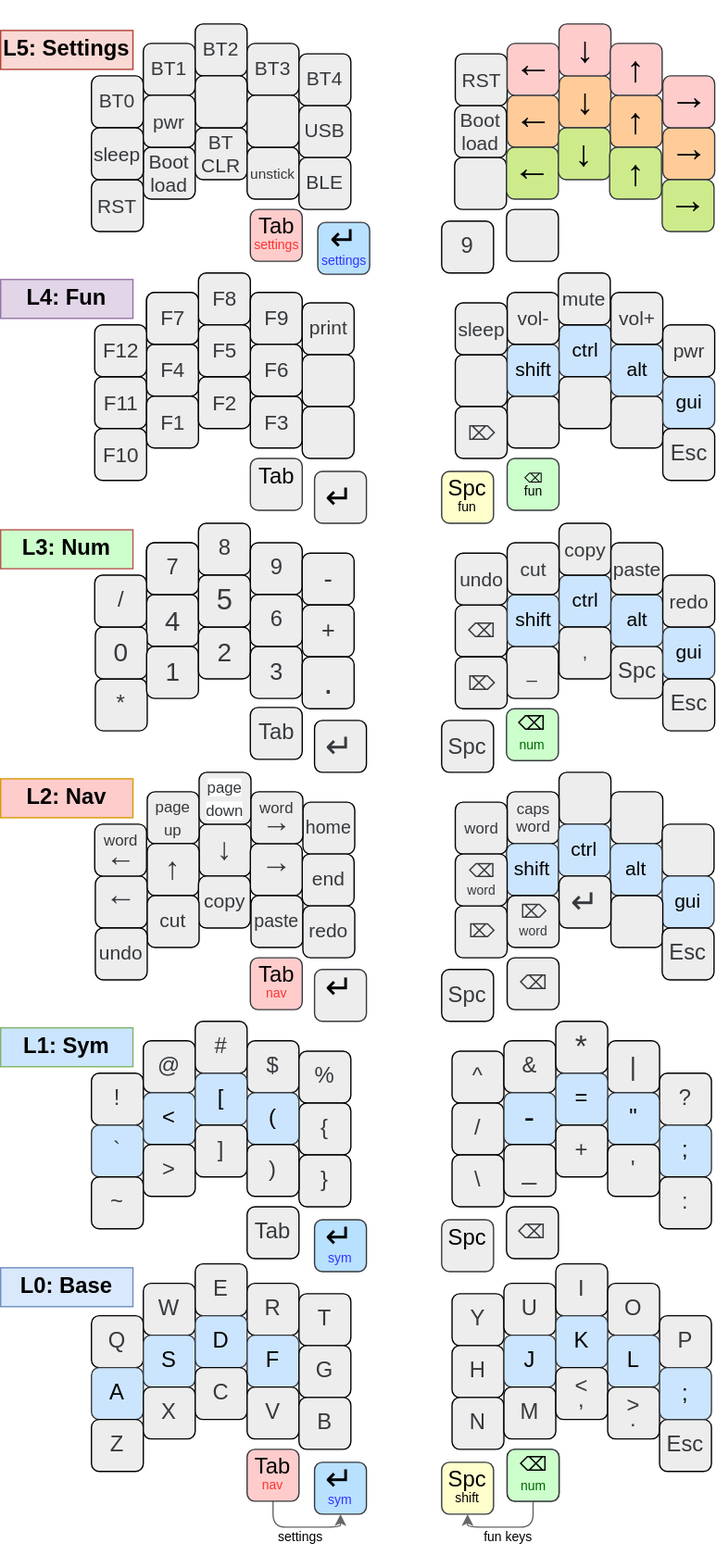
This is images/Keymap.drawio.svg from glenn20/zmk-sweep, a draw.io export, as it was before one commit. Source tidied: cells renumbered, new cells last; positions are measured from the earlier drawing's top-left corner, leaving out a move shared by most shapes.
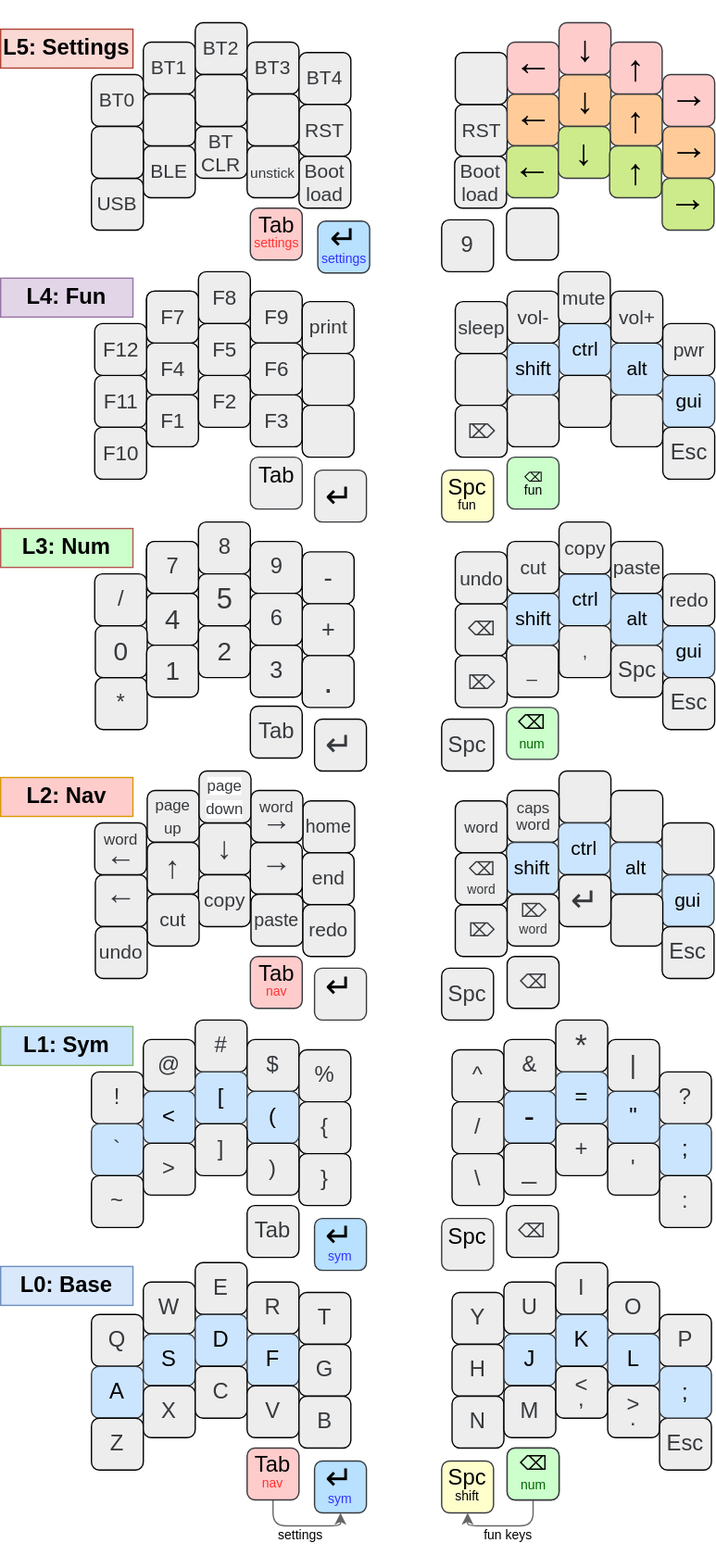
The same file after the commit.

Commit message:
Changes to settings layer so left and right sides more consistent.

Also remove some uinused macros and behaviours.

What changed in the source:
```diff
@@ -281,10 +281,10 @@
       <mxGeometry x="230" y="23" width="40" height="40" as="geometry" />
     </mxCell>
     <mxCell id="93" value="RST" style="whiteSpace=wrap;html=1;fontSize=15;fontFamily=Helvetica;fontStyle=0;fillColor=#EDEDED;strokeColor=#000000;fontColor=#36393D;rounded=1;" parent="1" vertex="1">
-      <mxGeometry x="70" y="120" width="40" height="40" as="geometry" />
+      <mxGeometry x="230" y="63" width="40" height="40" as="geometry" />
     </mxCell>
     <mxCell id="94" value="&lt;font style=&quot;font-size: 15px;&quot;&gt;Boot&lt;br style=&quot;font-size: 15px;&quot;&gt;load&lt;/font&gt;" style="whiteSpace=wrap;html=1;fontSize=15;fontFamily=Helvetica;fontStyle=0;fontColor=#36393D;fillColor=#EDEDED;rounded=1;strokeColor=#000000;" parent="1" vertex="1">
-      <mxGeometry x="110" y="95" width="40" height="40" as="geometry" />
+      <mxGeometry x="230" y="103" width="40" height="40" as="geometry" />
     </mxCell>
     <mxCell id="95" value="&lt;font style=&quot;font-size: 15px;&quot;&gt;BT CLR&lt;/font&gt;" style="whiteSpace=wrap;html=1;fontSize=15;fontFamily=Helvetica;fontStyle=0;fontColor=#36393D;fillColor=#EDEDED;rounded=1;strokeColor=#000000;" parent="1" vertex="1">
       <mxGeometry x="150" y="80" width="40" height="40" as="geometry" />
@@ -293,10 +293,10 @@
       <mxGeometry x="190" y="95" width="40" height="40" as="geometry" />
     </mxCell>
     <mxCell id="97" value="RST" style="whiteSpace=wrap;html=1;fontSize=15;fontFamily=Helvetica;fontStyle=0;fontColor=#36393D;fillColor=#EDEDED;rounded=1;strokeColor=#000000;" parent="1" vertex="1">
-      <mxGeometry x="350.5" y="23" width="40" height="40" as="geometry" />
+      <mxGeometry x="350.5" y="63" width="40" height="40" as="geometry" />
     </mxCell>
     <mxCell id="98" value="&lt;font style=&quot;font-size: 15px;&quot;&gt;Boot load&lt;/font&gt;" style="whiteSpace=wrap;html=1;fontSize=15;fontFamily=Helvetica;fontStyle=0;fontColor=#36393D;fillColor=#EDEDED;rounded=1;strokeColor=#000000;" parent="1" vertex="1">
-      <mxGeometry x="350" y="63" width="40" height="40" as="geometry" />
+      <mxGeometry x="350" y="103" width="40" height="40" as="geometry" />
     </mxCell>
     <mxCell id="99" value="9" style="whiteSpace=wrap;html=1;rotation=0;fontSize=17;fontFamily=Helvetica;fontStyle=0;fontColor=#36393D;fillColor=#EDEDED;rounded=1;strokeColor=#000000;" parent="1" vertex="1">
       <mxGeometry x="340" y="152" width="40" height="40" as="geometry" />
@@ -308,16 +308,16 @@
       <mxGeometry x="190" y="55" width="40" height="40" as="geometry" />
     </mxCell>
     <mxCell id="102" value="&lt;font style=&quot;font-size: 15px;&quot;&gt;USB&lt;/font&gt;" style="whiteSpace=wrap;html=1;fontSize=17;fontFamily=Helvetica;fontStyle=0;fillColor=#EDEDED;strokeColor=#000000;fontColor=#36393D;rounded=1;" parent="1" vertex="1">
-      <mxGeometry x="230" y="63" width="40" height="40" as="geometry" />
+      <mxGeometry x="70" y="120" width="40" height="40" as="geometry" />
     </mxCell>
     <mxCell id="103" style="whiteSpace=wrap;html=1;rotation=0;fontSize=17;fontFamily=Helvetica;fontStyle=0;fontColor=#36393D;fillColor=#EDEDED;strokeColor=#000000;rounded=1;" parent="1" vertex="1">
       <mxGeometry x="390" y="143" width="40" height="40" as="geometry" />
     </mxCell>
     <mxCell id="104" value="&lt;font style=&quot;font-size: 15px;&quot;&gt;BLE&lt;/font&gt;" style="whiteSpace=wrap;html=1;fontSize=17;fontFamily=Helvetica;fontStyle=0;fillColor=#EDEDED;strokeColor=#000000;fontColor=#36393D;rounded=1;" parent="1" vertex="1">
-      <mxGeometry x="230" y="103" width="40" height="40" as="geometry" />
+      <mxGeometry x="110" y="95" width="40" height="40" as="geometry" />
     </mxCell>
     <mxCell id="105" style="whiteSpace=wrap;html=1;fontSize=17;fontFamily=Helvetica;fontStyle=0;fontColor=#36393D;fillColor=#EDEDED;rounded=1;strokeColor=#000000;" parent="1" vertex="1">
-      <mxGeometry x="350" y="103" width="40" height="40" as="geometry" />
+      <mxGeometry x="350.5" y="23" width="40" height="40" as="geometry" />
     </mxCell>
     <mxCell id="106" value="&lt;b&gt;L5: Settings&lt;/b&gt;" style="rounded=0;whiteSpace=wrap;html=1;fontFamily=Helvetica;fontSize=17;fillColor=#fad9d5;strokeColor=#ae4132;fontStyle=0;" parent="1" vertex="1">
       <mxGeometry y="5" width="102" height="30" as="geometry" />
@@ -505,10 +505,10 @@
     <mxCell id="167" value="vol+" style="whiteSpace=wrap;html=1;fontSize=15;fontFamily=Helvetica;fontStyle=0;fontColor=#36393D;fillColor=#EDEDED;rounded=1;strokeColor=#000000;" parent="1" vertex="1">
       <mxGeometry x="470.5" y="207" width="40" height="40" as="geometry" />
     </mxCell>
-    <mxCell id="168" value="sleep" style="whiteSpace=wrap;html=1;fontSize=15;fontFamily=Helvetica;fontStyle=0;fontColor=#36393D;fillColor=#EDEDED;rounded=1;strokeColor=#000000;" parent="1" vertex="1">
+    <mxCell id="168" style="whiteSpace=wrap;html=1;fontSize=15;fontFamily=Helvetica;fontStyle=0;fontColor=#36393D;fillColor=#EDEDED;rounded=1;strokeColor=#000000;" parent="1" vertex="1">
       <mxGeometry x="70" y="80" width="40" height="40" as="geometry" />
     </mxCell>
-    <mxCell id="169" value="pwr" style="whiteSpace=wrap;html=1;fontSize=15;fontFamily=Helvetica;fontStyle=0;fontColor=#36393D;fillColor=#EDEDED;rounded=1;strokeColor=#000000;" parent="1" vertex="1">
+    <mxCell id="169" style="whiteSpace=wrap;html=1;fontSize=15;fontFamily=Helvetica;fontStyle=0;fontColor=#36393D;fillColor=#EDEDED;rounded=1;strokeColor=#000000;" parent="1" vertex="1">
       <mxGeometry x="110" y="55" width="40" height="40" as="geometry" />
     </mxCell>
     <mxCell id="170" value="vol-" style="whiteSpace=wrap;html=1;fontSize=15;fontFamily=Helvetica;fontStyle=0;fontColor=#36393D;fillColor=#EDEDED;rounded=1;strokeColor=#000000;" parent="1" vertex="1">
```
